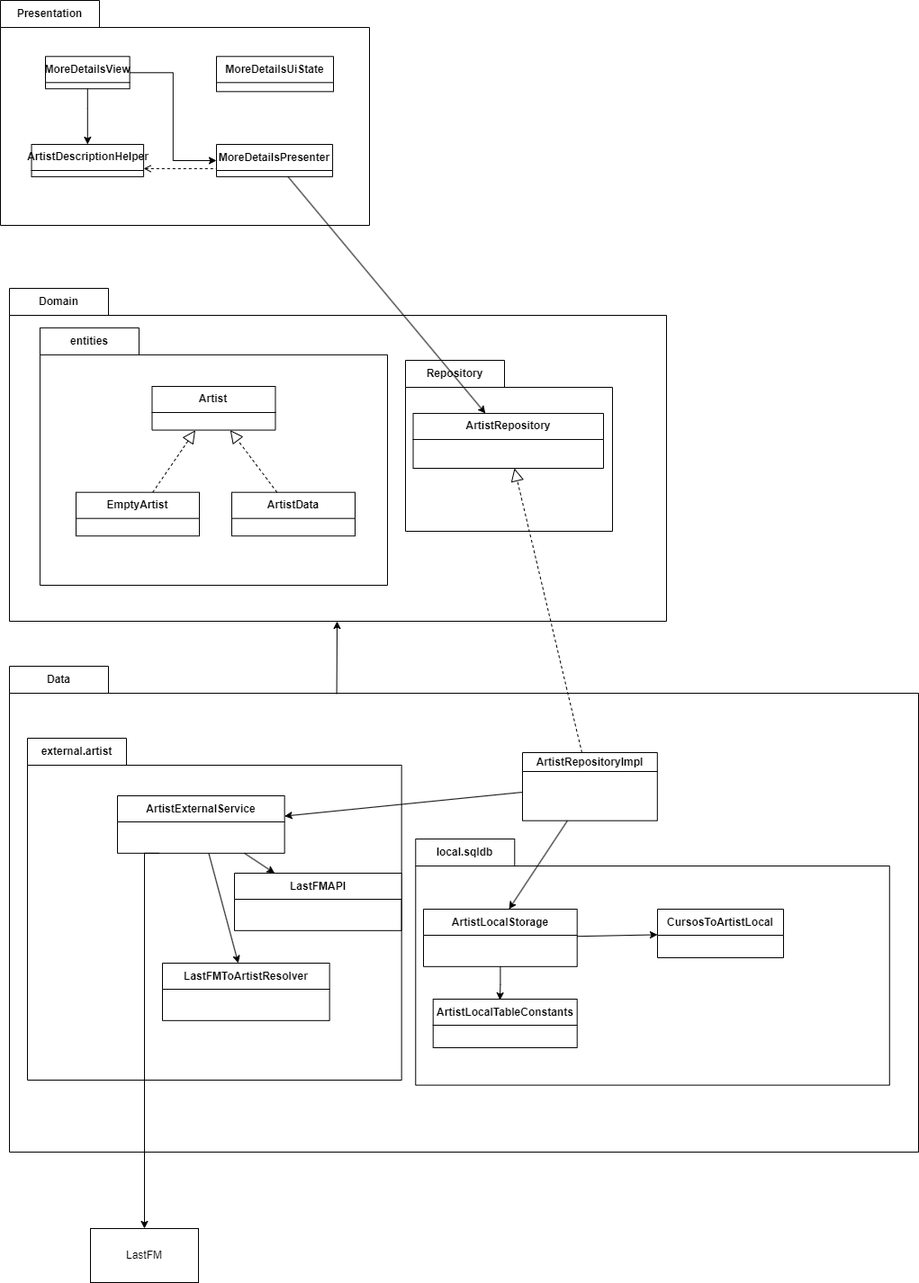
The draw.io diagram docs/MVP-DiagramClass.png in elagarrigue/AyDS23-Lisboa5, before a commit. Source tidied: cells renumbered, new cells last; positions are measured from the earlier drawing's top-left corner, leaving out a move shared by most shapes. Source of this version:
```xml
<mxGraphModel>
  <root>
    <mxCell id="0" />
    <mxCell id="1" parent="0" />
    <mxCell id="2" value="Data" style="shape=folder;fontStyle=1;tabWidth=110;tabHeight=30;tabPosition=left;html=1;boundedLbl=1;labelInHeader=1;whiteSpace=wrap;" parent="1" vertex="1">
      <mxGeometry x="10" y="740" width="1010" height="540" as="geometry" />
    </mxCell>
    <mxCell id="3" style="html=1;strokeColor=none;fillColor=none;whiteSpace=wrap;" parent="2" vertex="1">
      <mxGeometry width="925.05" height="393" relative="1" as="geometry">
        <mxPoint y="120" as="offset" />
      </mxGeometry>
    </mxCell>
    <mxCell id="4" value="ArtistRepositoryImpl" style="swimlane;fontStyle=1;align=center;verticalAlign=middle;horizontal=1;startSize=21;html=1;whiteSpace=wrap;" parent="2" vertex="1">
      <mxGeometry x="570" y="96" width="149.8" height="75.7" as="geometry" />
    </mxCell>
    <mxCell id="5" value="local.sqldb" style="shape=folder;fontStyle=1;tabWidth=110;tabHeight=30;tabPosition=left;html=1;boundedLbl=1;labelInHeader=1;whiteSpace=wrap;" parent="2" vertex="1">
      <mxGeometry x="451.3" y="192" width="526.5" height="273.6" as="geometry" />
    </mxCell>
    <mxCell id="6" style="html=1;strokeColor=none;fillColor=none;whiteSpace=wrap;" parent="5" vertex="1">
      <mxGeometry width="526.49" height="191.52" relative="1" as="geometry">
        <mxPoint y="30" as="offset" />
      </mxGeometry>
    </mxCell>
    <mxCell id="7" style="edgeStyle=orthogonalEdgeStyle;rounded=0;jettySize=auto;html=1;entryX=0.464;entryY=0.019;entryDx=0;entryDy=0;entryPerimeter=0;" parent="5" edge="1" source="8" target="11">
      <mxGeometry relative="1" as="geometry" />
    </mxCell>
    <mxCell id="8" value="ArtistLocalStorage" style="swimlane;fontStyle=1;align=center;verticalAlign=middle;horizontal=1;startSize=29;html=1;whiteSpace=wrap;" parent="5" vertex="1">
      <mxGeometry x="8.7" y="78" width="170.7" height="63.8" as="geometry" />
    </mxCell>
    <mxCell id="9" value="CursosToArtistLocal" style="swimlane;fontStyle=1;align=center;verticalAlign=middle;horizontal=1;startSize=29;html=1;whiteSpace=wrap;" parent="5" vertex="1">
      <mxGeometry x="268.7" y="78" width="140" height="54" as="geometry" />
    </mxCell>
    <mxCell id="10" style="endArrow=classic;html=1;rounded=0;" parent="5" edge="1" source="8" target="9">
      <mxGeometry relative="1" as="geometry" />
    </mxCell>
    <mxCell id="11" value="ArtistLocalTableConstants" style="swimlane;fontStyle=1;align=center;verticalAlign=middle;horizontal=1;startSize=29;html=1;whiteSpace=wrap;" parent="5" vertex="1">
      <mxGeometry x="19.4" y="178" width="160" height="54" as="geometry" />
    </mxCell>
    <mxCell id="12" value="external.artist" style="shape=folder;fontStyle=1;tabWidth=110;tabHeight=30;tabPosition=left;html=1;boundedLbl=1;labelInHeader=1;whiteSpace=wrap;" parent="2" vertex="1">
      <mxGeometry x="20" y="80" width="415.7" height="380" as="geometry" />
    </mxCell>
    <mxCell id="13" style="html=1;strokeColor=none;fillColor=none;whiteSpace=wrap;" parent="12" vertex="1">
      <mxGeometry width="400" height="266" relative="1" as="geometry">
        <mxPoint y="30" as="offset" />
      </mxGeometry>
    </mxCell>
    <mxCell id="14" value="ArtistExternalService" style="swimlane;fontStyle=1;align=center;verticalAlign=middle;horizontal=1;startSize=29;html=1;whiteSpace=wrap;" parent="12" vertex="1">
      <mxGeometry x="100" y="64" width="185.7" height="63.8" as="geometry" />
    </mxCell>
    <mxCell id="15" value="LastFMAPI" style="swimlane;fontStyle=1;align=center;verticalAlign=middle;horizontal=1;startSize=29;html=1;whiteSpace=wrap;" parent="12" vertex="1">
      <mxGeometry x="230" y="150" width="185.7" height="63.8" as="geometry" />
    </mxCell>
    <mxCell id="16" value="LastFMToArtistResolver" style="swimlane;fontStyle=1;align=center;verticalAlign=middle;horizontal=1;startSize=29;html=1;whiteSpace=wrap;" parent="12" vertex="1">
      <mxGeometry x="150" y="250" width="185.7" height="63.8" as="geometry" />
    </mxCell>
    <mxCell id="17" style="endArrow=classic;html=1;rounded=0;" parent="12" edge="1" source="14" target="15">
      <mxGeometry relative="1" as="geometry" />
    </mxCell>
    <mxCell id="18" style="endArrow=classic;html=1;rounded=0;" parent="12" edge="1" source="14" target="16">
      <mxGeometry relative="1" as="geometry" />
    </mxCell>
    <mxCell id="19" value="Presentation" style="shape=folder;fontStyle=1;tabWidth=110;tabHeight=30;tabPosition=left;html=1;boundedLbl=1;labelInHeader=1;whiteSpace=wrap;" parent="1" vertex="1">
      <mxGeometry width="410" height="250" as="geometry" />
    </mxCell>
    <mxCell id="20" style="html=1;strokeColor=none;fillColor=none;whiteSpace=wrap;" parent="19" vertex="1">
      <mxGeometry width="282.76" height="197.67" relative="1" as="geometry" />
    </mxCell>
    <mxCell id="21" value="MoreDetailsUiState" style="swimlane;fontStyle=1;align=center;verticalAlign=middle;horizontal=1;startSize=29;html=1;whiteSpace=wrap;" parent="19" vertex="1">
      <mxGeometry x="240" y="62.3" width="130" height="39" as="geometry" />
    </mxCell>
    <mxCell id="22" value="MoreDetailsPresenter" style="swimlane;fontStyle=1;align=center;verticalAlign=middle;horizontal=1;startSize=29;html=1;whiteSpace=wrap;" parent="19" vertex="1">
      <mxGeometry x="240" y="160" width="129.1" height="35.9" as="geometry" />
    </mxCell>
    <mxCell id="23" value="ArtistDescriptionHelper" style="swimlane;fontStyle=1;align=center;verticalAlign=middle;horizontal=1;startSize=29;html=1;whiteSpace=wrap;" parent="19" vertex="1">
      <mxGeometry x="34.5" y="160" width="124.5" height="35.9" as="geometry" />
    </mxCell>
    <mxCell id="24" style="edgeStyle=orthogonalEdgeStyle;rounded=0;jettySize=auto;html=1;entryX=0;entryY=0.5;entryDx=0;entryDy=0;" parent="19" edge="1" source="26" target="22">
      <mxGeometry relative="1" as="geometry" />
    </mxCell>
    <mxCell id="25" style="edgeStyle=orthogonalEdgeStyle;rounded=0;jettySize=auto;html=1;" parent="19" edge="1" source="26" target="23">
      <mxGeometry relative="1" as="geometry">
        <Array as="points">
          <mxPoint x="97" y="120" />
          <mxPoint x="97" y="120" />
        </Array>
      </mxGeometry>
    </mxCell>
    <mxCell id="26" value="MoreDetailsView" style="swimlane;fontStyle=1;align=center;verticalAlign=middle;horizontal=1;startSize=29;html=1;whiteSpace=wrap;" parent="19" vertex="1">
      <mxGeometry x="50" y="62.3" width="93.6" height="35.9" as="geometry" />
    </mxCell>
    <mxCell id="27" style="endArrow=none;dashed=1;html=1;rounded=0;startArrow=open;startFill=0;exitX=1;exitY=0.75;exitDx=0;exitDy=0;entryX=0;entryY=0.75;entryDx=0;entryDy=0;" parent="19" edge="1" source="23" target="22">
      <mxGeometry relative="1" as="geometry" />
    </mxCell>
    <mxCell id="28" value="Domain" style="shape=folder;fontStyle=1;tabWidth=110;tabHeight=30;tabPosition=left;html=1;boundedLbl=1;labelInHeader=1;whiteSpace=wrap;" parent="1" vertex="1">
      <mxGeometry x="10" y="320" width="730" height="370" as="geometry" />
    </mxCell>
    <mxCell id="29" style="html=1;strokeColor=none;fillColor=none;whiteSpace=wrap;" parent="28" vertex="1">
      <mxGeometry width="730" height="259" relative="1" as="geometry">
        <mxPoint y="30" as="offset" />
      </mxGeometry>
    </mxCell>
    <mxCell id="30" value="entities" style="shape=folder;fontStyle=1;tabWidth=110;tabHeight=30;tabPosition=left;html=1;boundedLbl=1;labelInHeader=1;whiteSpace=wrap;" parent="28" vertex="1">
      <mxGeometry x="34" y="43.9" width="386.1" height="286.1" as="geometry" />
    </mxCell>
    <mxCell id="31" style="html=1;strokeColor=none;fillColor=none;whiteSpace=wrap;" parent="30" vertex="1">
      <mxGeometry width="386.05" height="200.27" relative="1" as="geometry">
        <mxPoint y="30" as="offset" />
      </mxGeometry>
    </mxCell>
    <mxCell id="32" value="Artist" style="swimlane;fontStyle=1;align=center;verticalAlign=middle;horizontal=1;startSize=29;html=1;whiteSpace=wrap;" parent="30" vertex="1">
      <mxGeometry x="124.5" y="65.1" width="137" height="48.6" as="geometry" />
    </mxCell>
    <mxCell id="33" value="EmptyArtist" style="swimlane;fontStyle=1;align=center;verticalAlign=middle;horizontal=1;startSize=29;html=1;whiteSpace=wrap;" parent="30" vertex="1">
      <mxGeometry x="40" y="182.8" width="137" height="48.6" as="geometry" />
    </mxCell>
    <mxCell id="34" value="ArtistData" style="swimlane;fontStyle=1;align=center;verticalAlign=middle;horizontal=1;startSize=29;html=1;whiteSpace=wrap;" parent="30" vertex="1">
      <mxGeometry x="213" y="182.8" width="137" height="48.6" as="geometry" />
    </mxCell>
    <mxCell id="35" style="endArrow=block;dashed=1;endFill=0;endSize=12;html=1;rounded=0;" parent="30" edge="1" source="34" target="32">
      <mxGeometry relative="1" as="geometry" />
    </mxCell>
    <mxCell id="36" style="endArrow=block;dashed=1;endFill=0;endSize=12;html=1;rounded=0;" parent="30" edge="1" source="33">
      <mxGeometry relative="1" as="geometry">
        <mxPoint x="172.5" y="113.9" as="targetPoint" />
      </mxGeometry>
    </mxCell>
    <mxCell id="37" value="Repository" style="shape=folder;fontStyle=1;tabWidth=110;tabHeight=30;tabPosition=left;html=1;boundedLbl=1;labelInHeader=1;whiteSpace=wrap;" parent="28" vertex="1">
      <mxGeometry x="440" y="80" width="230" height="190" as="geometry" />
    </mxCell>
    <mxCell id="38" style="html=1;strokeColor=none;fillColor=none;whiteSpace=wrap;" parent="37" vertex="1">
      <mxGeometry width="398.67" height="380" relative="1" as="geometry">
        <mxPoint y="30" as="offset" />
      </mxGeometry>
    </mxCell>
    <mxCell id="39" value="ArtistRepository" style="swimlane;fontStyle=1;align=center;verticalAlign=middle;horizontal=1;startSize=29;html=1;whiteSpace=wrap;" parent="37" vertex="1">
      <mxGeometry x="8.5" y="59" width="211.5" height="61" as="geometry" />
    </mxCell>
    <mxCell id="40" style="endArrow=classic;html=1;rounded=0;" parent="1" edge="1" source="22" target="39">
      <mxGeometry relative="1" as="geometry" />
    </mxCell>
    <mxCell id="41" style="endArrow=classic;html=1;rounded=0;" parent="1" edge="1" source="4">
      <mxGeometry relative="1" as="geometry">
        <mxPoint x="565" y="1010" as="targetPoint" />
      </mxGeometry>
    </mxCell>
    <mxCell id="42" style="endArrow=classic;html=1;rounded=0;" parent="1" edge="1" target="14">
      <mxGeometry relative="1" as="geometry">
        <mxPoint x="580" y="880" as="sourcePoint" />
      </mxGeometry>
    </mxCell>
    <mxCell id="43" style="endArrow=block;dashed=1;endFill=0;endSize=12;html=1;rounded=0;" parent="1" edge="1">
      <mxGeometry relative="1" as="geometry">
        <mxPoint x="646" y="836" as="sourcePoint" />
        <mxPoint x="571" y="520" as="targetPoint" />
      </mxGeometry>
    </mxCell>
    <mxCell id="44" style="endArrow=classic;html=1;rounded=0;exitX=0.36;exitY=0.057;exitDx=0;exitDy=0;exitPerimeter=0;" parent="1" edge="1" source="2" target="28">
      <mxGeometry relative="1" as="geometry" />
    </mxCell>
    <mxCell id="45" value="LastFM" style="rounded=0;whiteSpace=wrap;html=1;" parent="1" vertex="1">
      <mxGeometry x="100" y="1365" width="120" height="60" as="geometry" />
    </mxCell>
    <mxCell id="46" style="edgeStyle=orthogonalEdgeStyle;rounded=0;jettySize=auto;html=1;exitX=0.25;exitY=1;exitDx=0;exitDy=0;" parent="1" edge="1" source="14" target="45">
      <mxGeometry relative="1" as="geometry">
        <Array as="points">
          <mxPoint x="160" y="948" />
        </Array>
      </mxGeometry>
    </mxCell>
  </root>
</mxGraphModel>
```
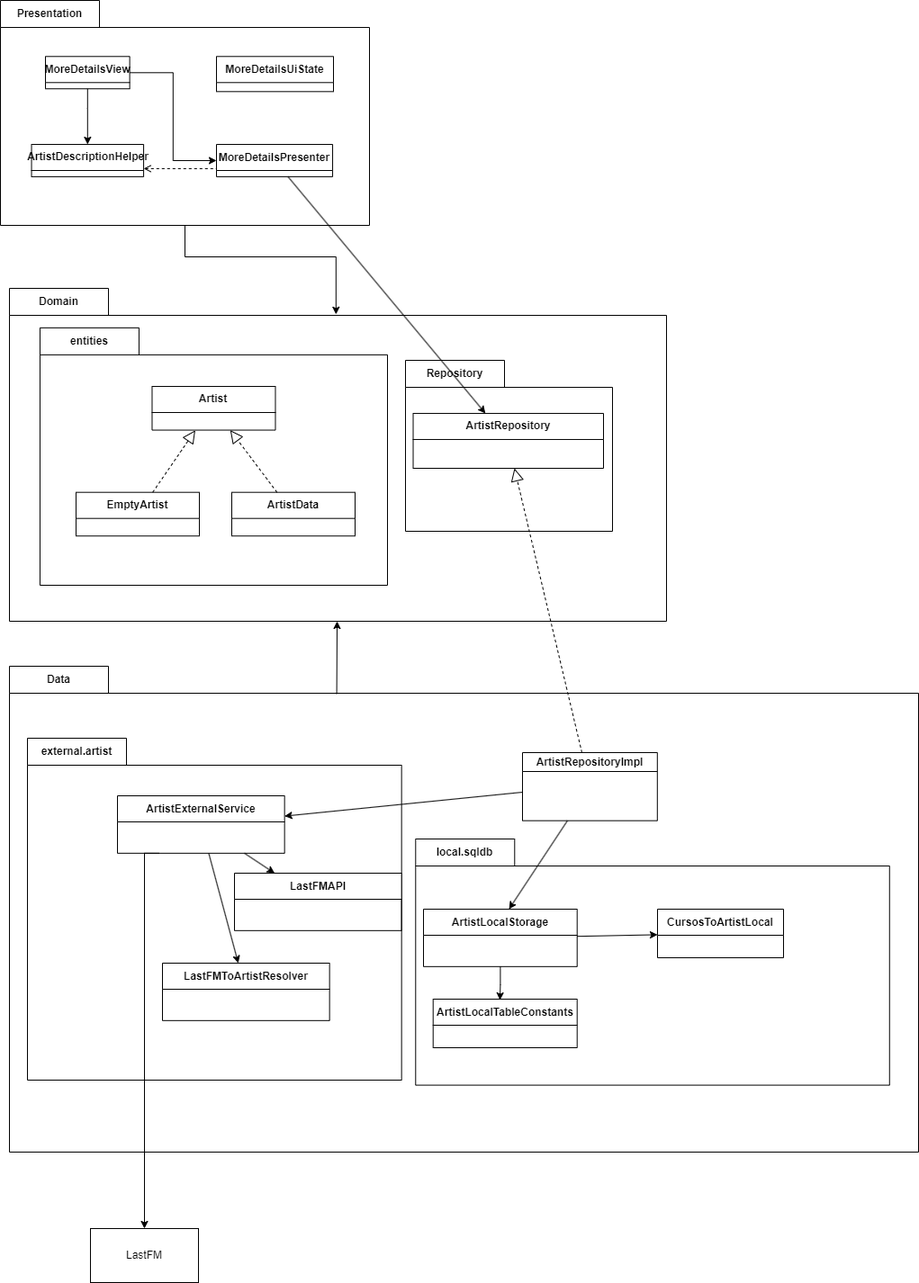
After the commit.

Commit message:
New diagram class

Diff of the diagram source:
```diff
@@ -59,6 +59,9 @@
     <mxCell id="18" style="endArrow=classic;html=1;rounded=0;" parent="12" edge="1" source="14" target="16">
       <mxGeometry relative="1" as="geometry" />
     </mxCell>
+    <mxCell id="47" style="edgeStyle=orthogonalEdgeStyle;rounded=0;jettySize=auto;html=1;entryX=0.497;entryY=0.078;entryDx=0;entryDy=0;entryPerimeter=0;" parent="1" edge="1" source="19" target="28">
+      <mxGeometry relative="1" as="geometry" />
+    </mxCell>
     <mxCell id="19" value="Presentation" style="shape=folder;fontStyle=1;tabWidth=110;tabHeight=30;tabPosition=left;html=1;boundedLbl=1;labelInHeader=1;whiteSpace=wrap;" parent="1" vertex="1">
       <mxGeometry width="410" height="250" as="geometry" />
     </mxCell>
```
